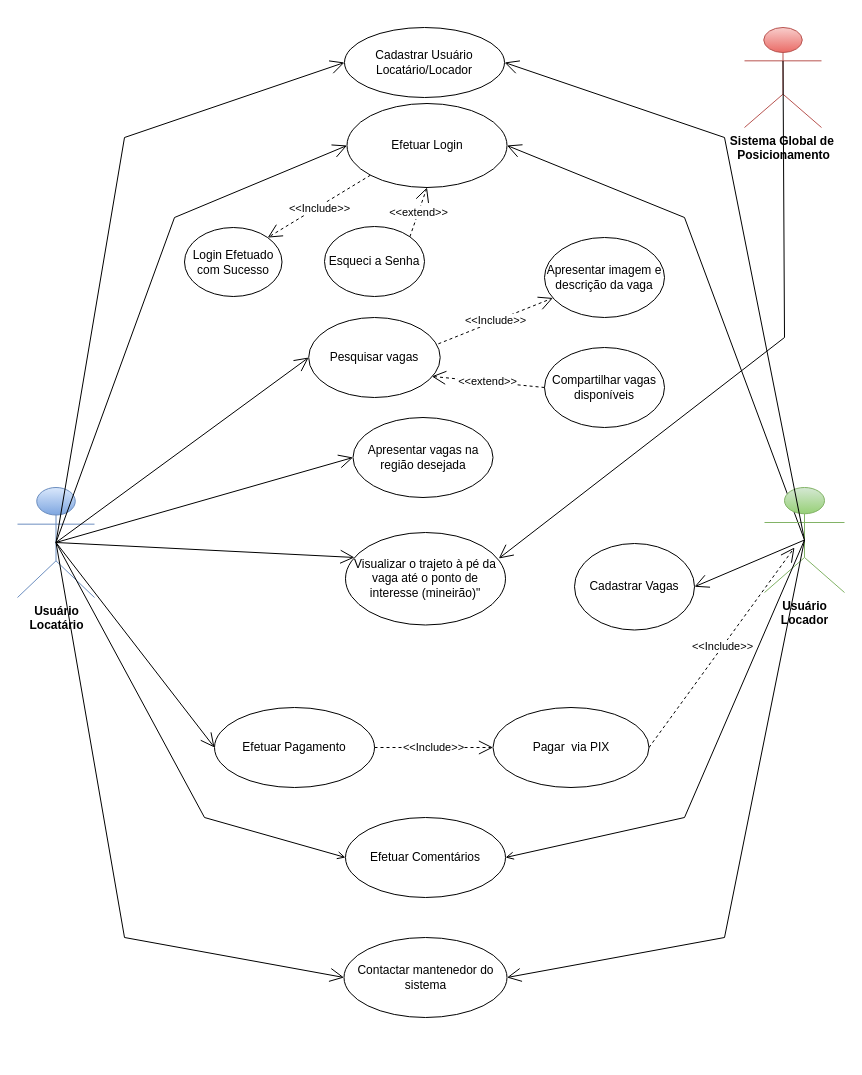
This is docs/Diagrama/Diagrama Park4You.drawio from ICEI-PUC-Minas-PMV-ADS/pmv-ads-2023-2-e2-proj-int-t3-park4you, a draw.io file, before an edit. Source tidied: cells renumbered, new cells numbered last; positions are measured from the earlier drawing's top-left corner, leaving out a move shared by most shapes. Both pictures are drawn from the tidied source at 100%, with x=0, y=0 at pixel (17, 17).
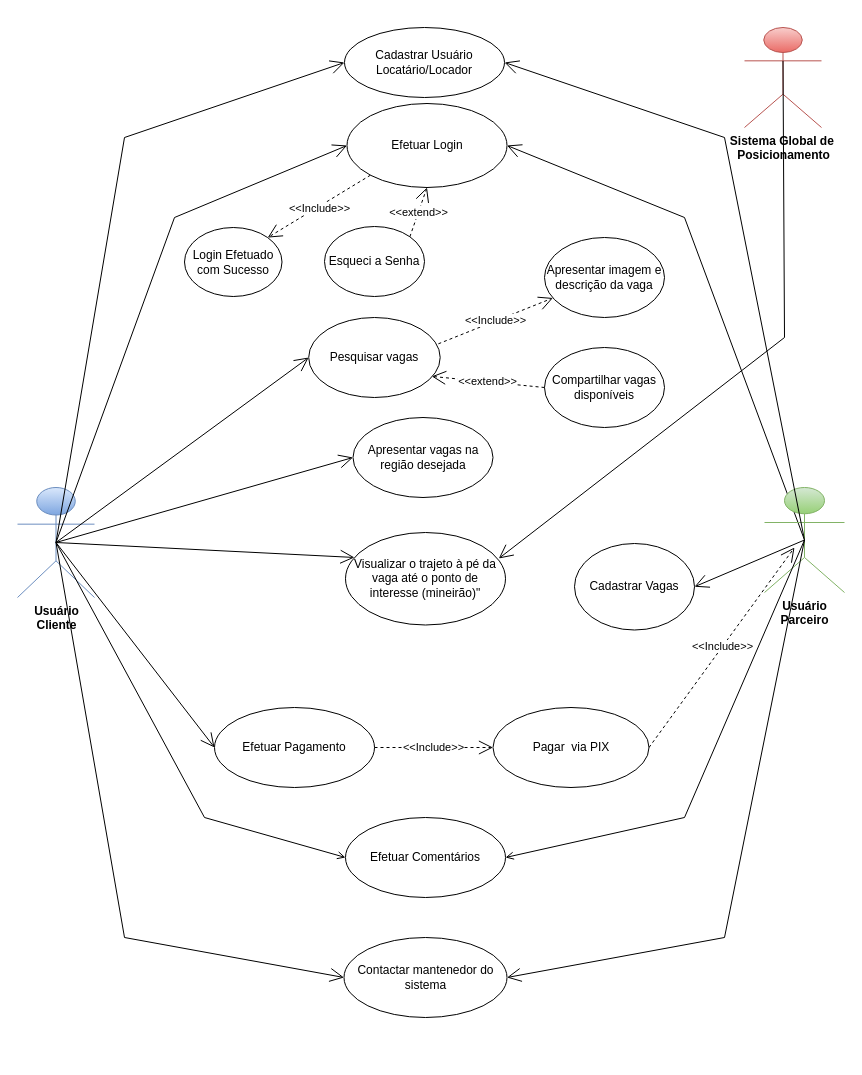
The same page after the edit.

The edit, as a diff of the source:
```diff
@@
-    <mxCell id="22" value="Usuário &lt;br&gt;Locatário" style="shape=umlActor;verticalLabelPosition=bottom;verticalAlign=top;html=1;outlineConnect=0;fillColor=#dae8fc;strokeColor=#6c8ebf;fontStyle=1;gradientColor=#7ea6e0;" parent="1" vertex="1">
+    <mxCell id="22" value="Usuário &lt;br&gt;Cliente" style="shape=umlActor;verticalLabelPosition=bottom;verticalAlign=top;html=1;outlineConnect=0;fillColor=#dae8fc;strokeColor=#6c8ebf;fontStyle=1;gradientColor=#7ea6e0;" parent="1" vertex="1">
       <mxGeometry y="470" width="77" height="110" as="geometry" />
     </mxCell>
@@
-    <mxCell id="34" value="Usuário&lt;br&gt;Locador" style="shape=umlActor;verticalLabelPosition=bottom;verticalAlign=top;html=1;outlineConnect=0;fillColor=#d5e8d4;strokeColor=#82b366;fontStyle=1;gradientColor=#97d077;" parent="1" vertex="1">
+    <mxCell id="34" value="Usuário&lt;br&gt;Parceiro" style="shape=umlActor;verticalLabelPosition=bottom;verticalAlign=top;html=1;outlineConnect=0;fillColor=#d5e8d4;strokeColor=#82b366;fontStyle=1;gradientColor=#97d077;" parent="1" vertex="1">
       <mxGeometry x="747" y="470" width="80" height="105" as="geometry" />
     </mxCell>
```
